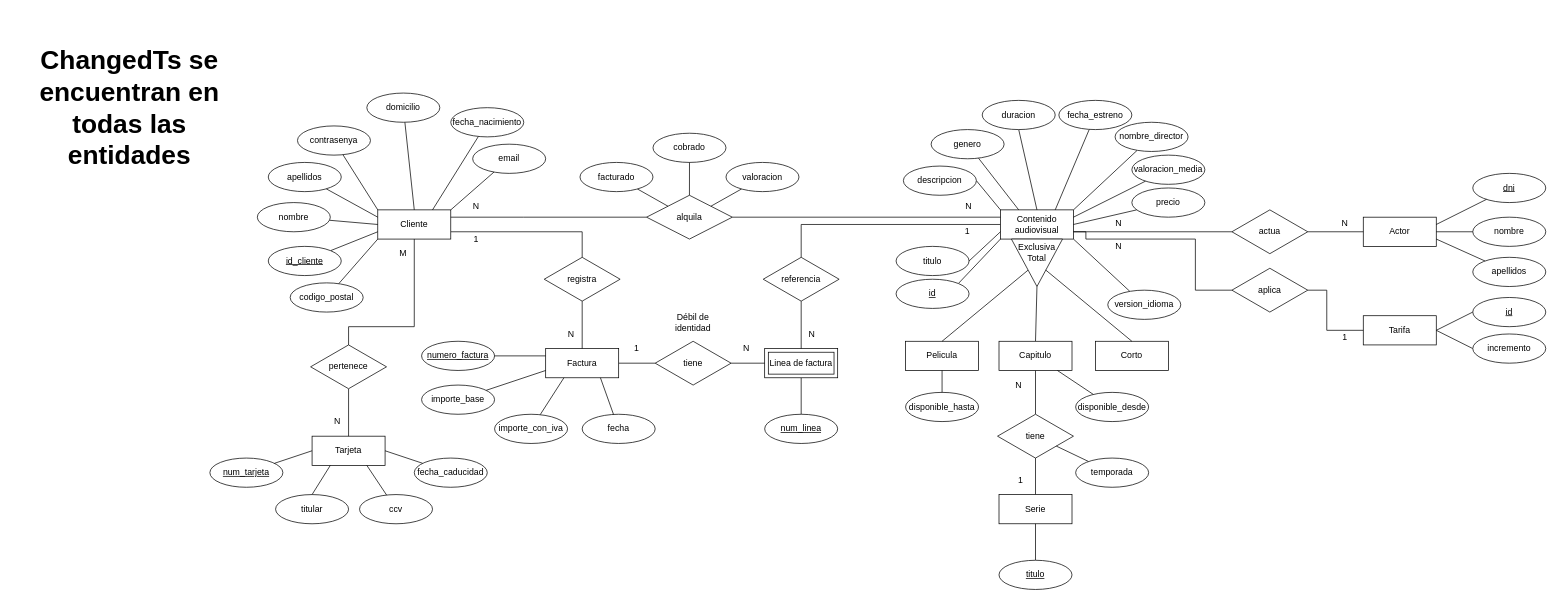
Earlier version of the draw.io diagram Modelo Entidad-Relacion.drawio (Ivanmontesinos21/Proyecto_MiraVereda). Source tidied: cells renumbered, new cells numbered last; positions are measured from the earlier drawing's top-left corner, leaving out a move shared by most shapes. Both pictures are drawn from the tidied source at 73%, with x=0, y=0 at pixel (12, 12).
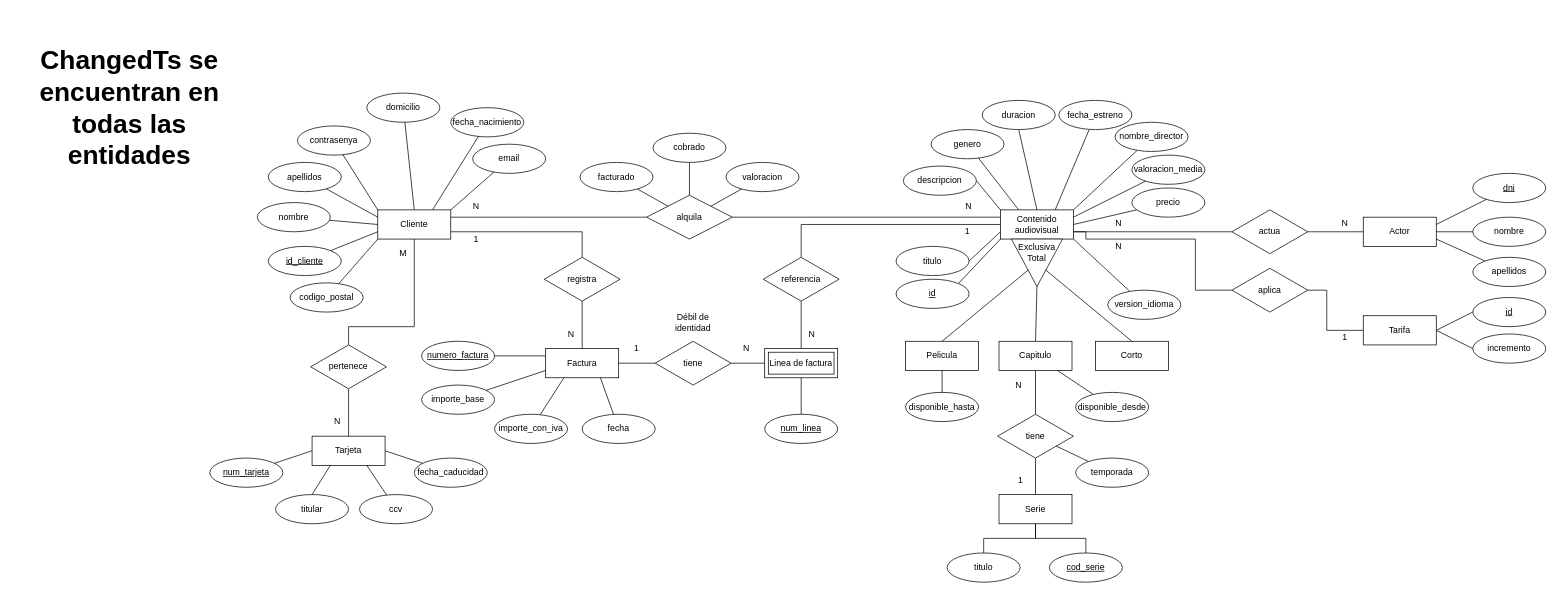
The same diagram, later.

Commit message:
Modelo Entidad-RelacionV8

The change refers to these unchanged cells:
```xml
<mxCell id="72" value="Serie" style="whiteSpace=wrap;html=1;align=center;" parent="1" vertex="1">
  <mxGeometry x="1351" y="660" width="100" height="40" as="geometry" />
</mxCell>
```

What changed in the source:
```diff
@@
-    <mxCell id="77" value="titulo" style="ellipse;whiteSpace=wrap;html=1;align=center;fontStyle=4;" parent="1" vertex="1">
-      <mxGeometry x="1351" y="750" width="100" height="40" as="geometry" />
+    <mxCell id="77" value="cod_serie" style="ellipse;whiteSpace=wrap;html=1;align=center;fontStyle=4;" parent="1" vertex="1">
+      <mxGeometry x="1420" y="740" width="100" height="40" as="geometry" />
     </mxCell>
@@
+    <mxCell id="137" value="titulo" style="ellipse;whiteSpace=wrap;html=1;align=center;" parent="1" vertex="1">
+      <mxGeometry x="1280" y="740" width="100" height="40" as="geometry" />
+    </mxCell>
+    <mxCell id="138" style="endArrow=none;html=1;rounded=0;exitX=0.5;exitY=0;exitDx=0;exitDy=0;entryX=0.5;entryY=1;entryDx=0;entryDy=0;" parent="1" edge="1" source="137" target="72">
+      <mxGeometry relative="1" as="geometry">
+        <Array as="points">
+          <mxPoint x="1330" y="720" />
+          <mxPoint x="1401" y="720" />
+        </Array>
+      </mxGeometry>
+    </mxCell>
```
